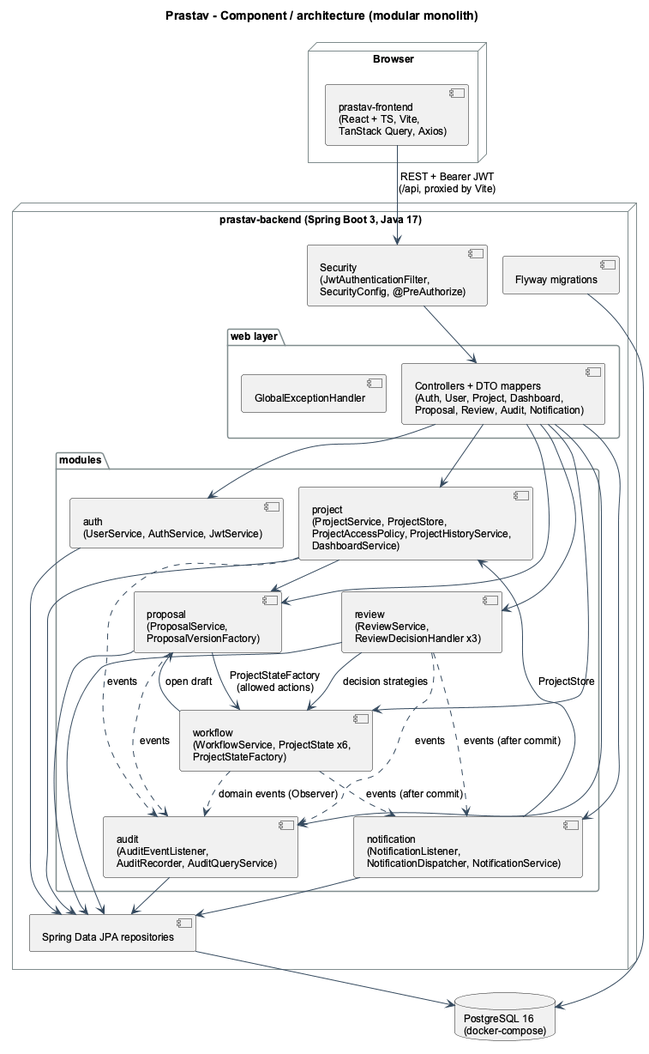
The PlantUML diagram docs/uml/png/11_component_architecture.png in udita-0707/Prastaav, before a commit.
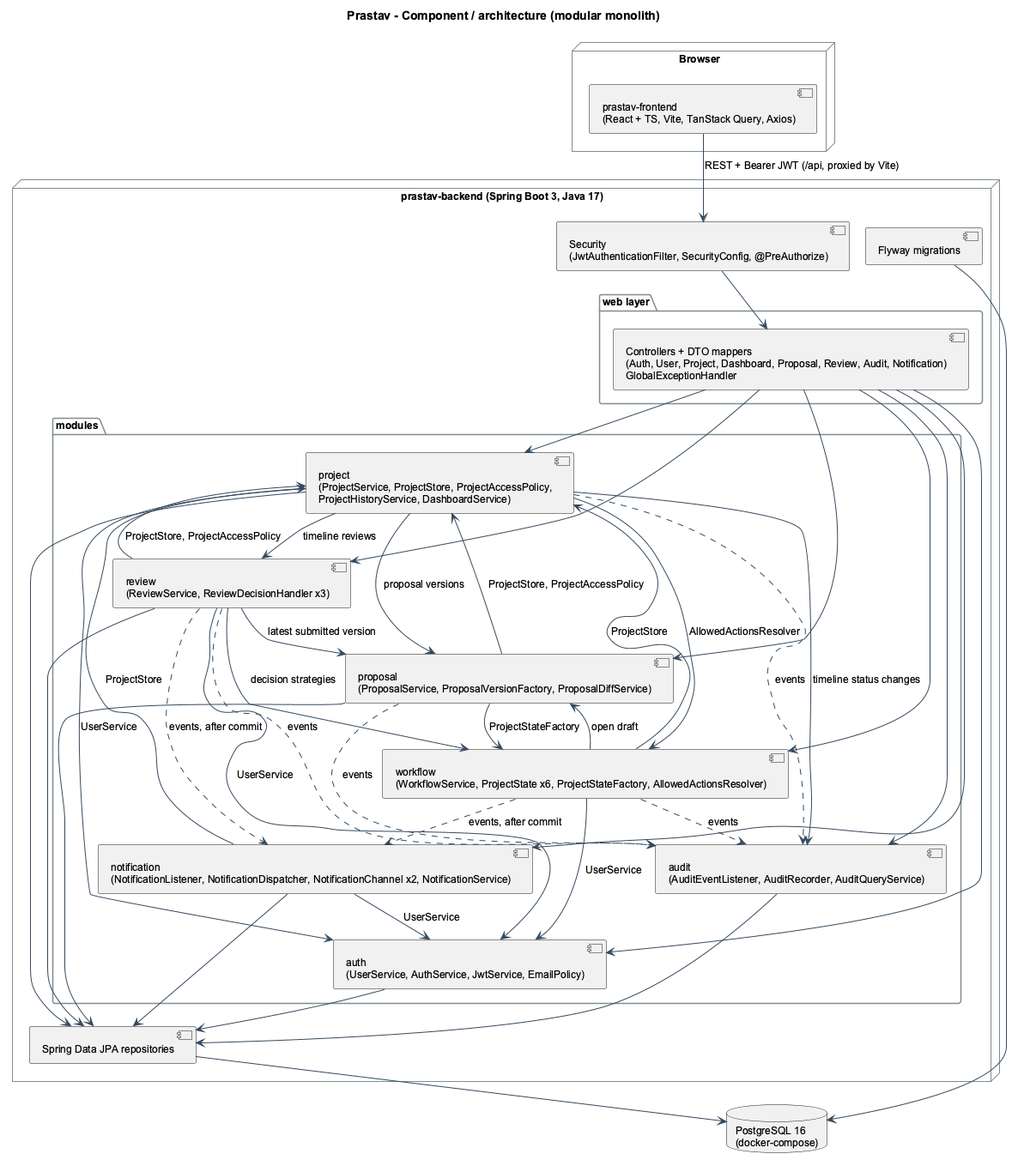
The same diagram one commit later.

Commit message:
docs(uml): render the use case, ER and architecture diagrams

Change to the diagram source:
```diff
@@ -4,23 +4,22 @@
 title Prastav - Component / architecture (modular monolith)
 
 node "Browser" {
-  component "prastav-frontend\n(React + TS, Vite,\nTanStack Query, Axios)" as FE
+  component "prastav-frontend\n(React + TS, Vite, TanStack Query, Axios)" as FE
 }
 
 node "prastav-backend (Spring Boot 3, Java 17)" {
-  component "Security\n(JwtAuthenticationFilter,\nSecurityConfig, @PreAuthorize)" as SEC
+  component "Security\n(JwtAuthenticationFilter, SecurityConfig, @PreAuthorize)" as SEC
   package "web layer" {
-    component "Controllers + DTO mappers\n(Auth, User, Project, Dashboard,\nProposal, Review, Audit, Notification)" as WEB
-    component "GlobalExceptionHandler" as GEH
+    component "Controllers + DTO mappers\n(Auth, User, Project, Dashboard, Proposal, Review, Audit, Notification)\nGlobalExceptionHandler" as WEB
   }
   package "modules" {
-    component "auth\n(UserService, AuthService, JwtService)" as AUTH
-    component "project\n(ProjectService, ProjectStore,\nProjectAccessPolicy, ProjectHistoryService,\nDashboardService)" as PROJ
-    component "proposal\n(ProposalService,\nProposalVersionFactory)" as PROP
-    component "review\n(ReviewService,\nReviewDecisionHandler x3)" as REV
-    component "workflow\n(WorkflowService, ProjectState x6,\nProjectStateFactory)" as WF
-    component "audit\n(AuditEventListener,\nAuditRecorder, AuditQueryService)" as AUD
-    component "notification\n(NotificationListener,\nNotificationDispatcher, NotificationService)" as NOTIF
+    component "auth\n(UserService, AuthService, JwtService, EmailPolicy)" as AUTH
+    component "project\n(ProjectService, ProjectStore, ProjectAccessPolicy,\nProjectHistoryService, DashboardService)" as PROJ
+    component "proposal\n(ProposalService, ProposalVersionFactory, ProposalDiffService)" as PROP
+    component "review\n(ReviewService, ReviewDecisionHandler x3)" as REV
+    component "workflow\n(WorkflowService, ProjectState x6, ProjectStateFactory, AllowedActionsResolver)" as WF
+    component "audit\n(AuditEventListener, AuditRecorder, AuditQueryService)" as AUD
+    component "notification\n(NotificationListener, NotificationDispatcher, NotificationChannel x2, NotificationService)" as NOTIF
   }
   component "Spring Data JPA repositories" as REPO
   component "Flyway migrations" as FLY
@@ -28,7 +27,7 @@
 
 database "PostgreSQL 16\n(docker-compose)" as DB
 
-FE --> SEC : REST + Bearer JWT\n(/api, proxied by Vite)
+FE --> SEC : REST + Bearer JWT (/api, proxied by Vite)
 SEC --> WEB
 WEB --> AUTH
 WEB --> PROJ
@@ -38,22 +37,33 @@
 WEB --> AUD
 WEB --> NOTIF
 REV --> WF : decision strategies
-PROJ --> PROP
-PROP --> WF : ProjectStateFactory\n(allowed actions)
+REV --> PROJ : ProjectStore, ProjectAccessPolicy
+REV --> PROP : latest submitted version
+REV --> AUTH : UserService
+WF --> PROJ : ProjectStore
 WF --> PROP : open draft
-WF ..> AUD : domain events (Observer)
+WF --> AUTH : UserService
+PROP --> PROJ : ProjectStore, ProjectAccessPolicy
+PROP --> WF : ProjectStateFactory
+PROJ --> PROP : proposal versions
+PROJ --> WF : AllowedActionsResolver
+PROJ --> AUTH : UserService
+PROJ --> REV : timeline reviews
+PROJ --> AUD : timeline status changes
+NOTIF --> PROJ : ProjectStore
+NOTIF --> AUTH : UserService
+WF ..> AUD : events
 PROJ ..> AUD : events
 PROP ..> AUD : events
 REV ..> AUD : events
-WF ..> NOTIF : events (after commit)
-REV ..> NOTIF : events (after commit)
-NOTIF --> PROJ : ProjectStore
-NOTIF --> REPO
+WF ..> NOTIF : events, after commit
+REV ..> NOTIF : events, after commit
 AUTH --> REPO
 PROJ --> REPO
 PROP --> REPO
 REV --> REPO
 AUD --> REPO
+NOTIF --> REPO
 REPO --> DB
 FLY --> DB
 @enduml
```
